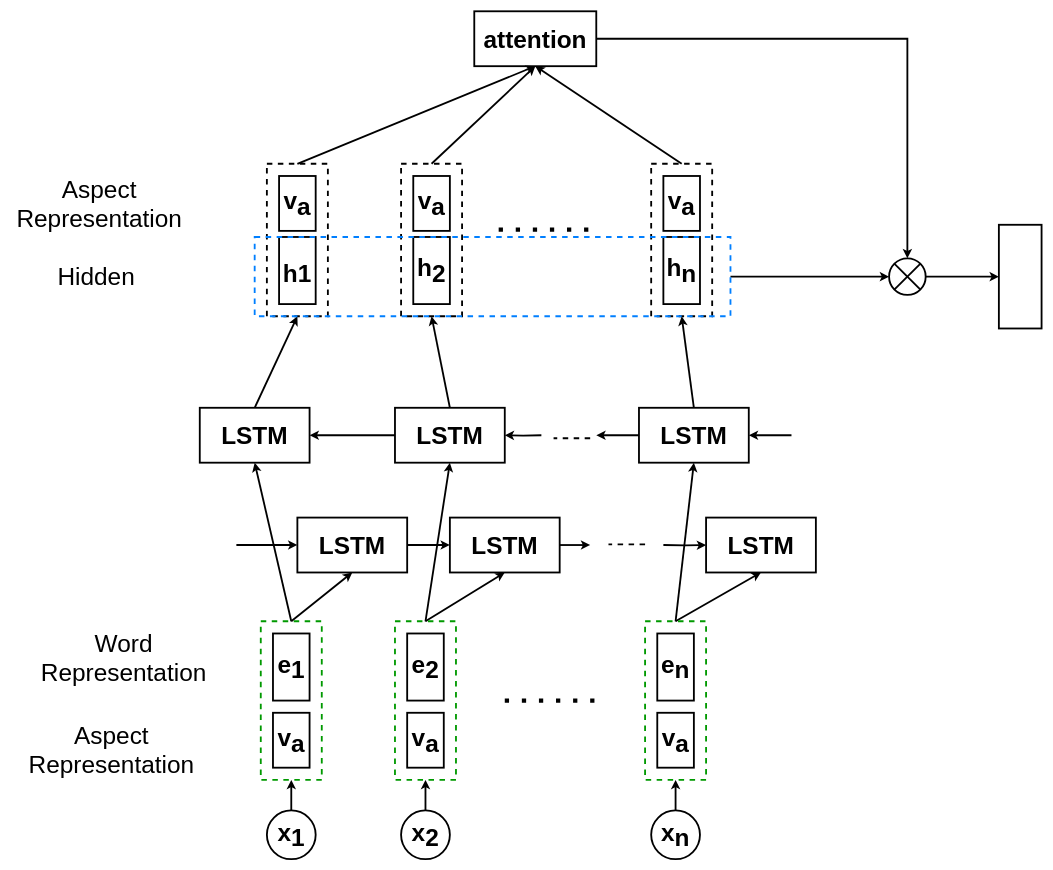
The draw.io diagram Untitled Diagram.drawio in LittleArden/PyTorch, before the edit. Source tidied: cells renumbered, new cells numbered last; positions are measured from the earlier drawing's top-left corner, leaving out a move shared by most shapes. Both pictures are drawn from the tidied source at 61%, with x=0, y=0 at pixel (10, 11).
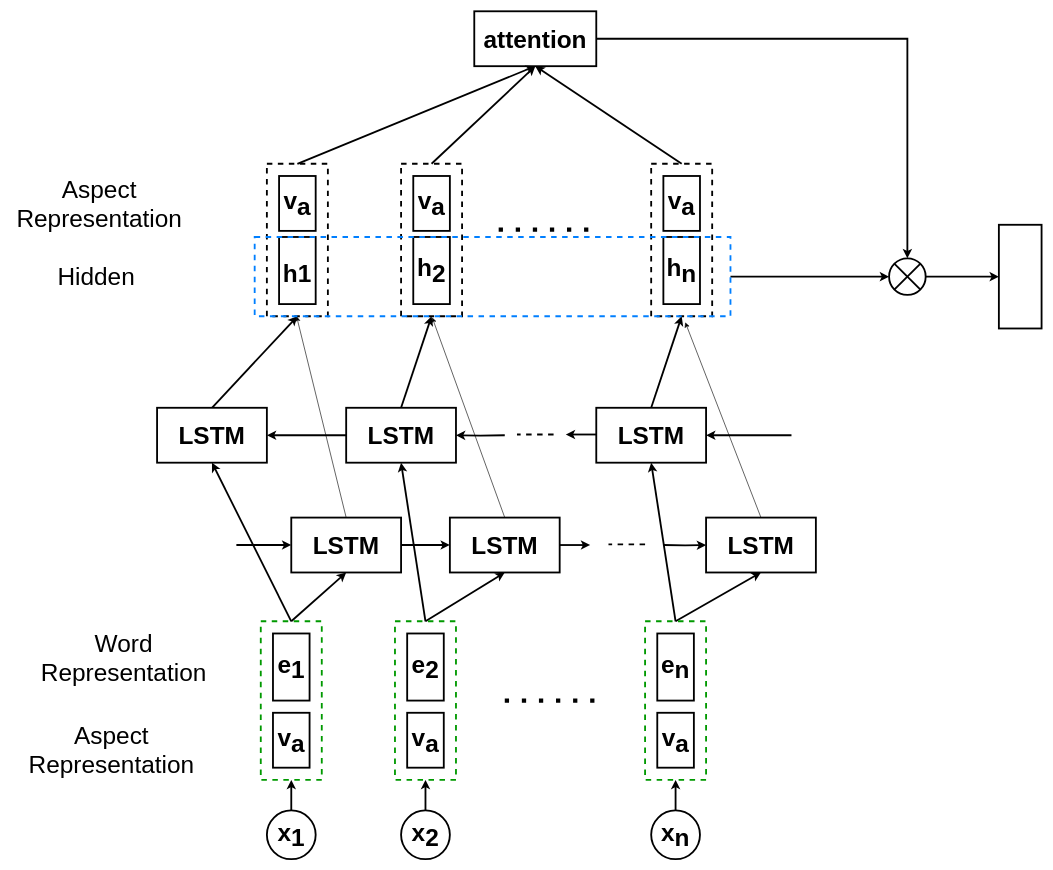
Above is the later version.

The change refers to these unchanged cells:
```xml
<mxCell id="17" value="LSTM" style="rounded=0;whiteSpace=wrap;html=1;fontSize=40;fontStyle=1;strokeWidth=3;" parent="1" vertex="1">
  <mxGeometry x="720" y="830" width="180" height="90" as="geometry" />
</mxCell>
<mxCell id="18" value="LSTM" style="rounded=0;whiteSpace=wrap;html=1;fontSize=40;fontStyle=1;strokeWidth=3;" parent="1" vertex="1">
  <mxGeometry x="1140" y="830" width="180" height="90" as="geometry" />
</mxCell>
<mxCell id="56" style="rounded=0;whiteSpace=wrap;html=1;dashed=1;fontSize=40;strokeWidth=3;fillColor=none;strokeColor=#007FFF;" parent="1" vertex="1">
  <mxGeometry x="400" y="370" width="780" height="130" as="geometry" />
</mxCell>
```

The edit, as a diff of the source:
```diff
@@
+    <mxCell id="67" style="rounded=0;jettySize=auto;html=1;exitX=0.5;exitY=0;exitDx=0;exitDy=0;entryX=0.088;entryY=0.999;entryDx=0;entryDy=0;entryPerimeter=0;" parent="1" edge="1" source="15" target="56">
+      <mxGeometry relative="1" as="geometry" />
+    </mxCell>
     <mxCell id="15" value="LSTM" style="rounded=0;whiteSpace=wrap;html=1;fontSize=40;fontStyle=1;strokeWidth=3;" parent="1" vertex="1">
-      <mxGeometry x="470" y="830" width="180" height="90" as="geometry" />
+      <mxGeometry x="460" y="830" width="180" height="90" as="geometry" />
     </mxCell>
@@
+    <mxCell id="68" style="rounded=0;jettySize=auto;html=1;exitX=0.5;exitY=0;exitDx=0;exitDy=0;entryX=0.373;entryY=1.014;entryDx=0;entryDy=0;entryPerimeter=0;" parent="1" edge="1" source="17" target="56">
+      <mxGeometry relative="1" as="geometry" />
+    </mxCell>
@@
+    <mxCell id="69" style="rounded=0;jettySize=auto;html=1;exitX=0.5;exitY=0;exitDx=0;exitDy=0;entryX=0.905;entryY=1.076;entryDx=0;entryDy=0;entryPerimeter=0;" parent="1" edge="1" source="18" target="56">
+      <mxGeometry relative="1" as="geometry" />
+    </mxCell>
@@
     <mxCell id="20" value="LSTM" style="rounded=0;whiteSpace=wrap;html=1;fontSize=40;fontStyle=1;strokeWidth=3;" parent="1" vertex="1">
-      <mxGeometry x="310" y="650" width="180" height="90" as="geometry" />
+      <mxGeometry x="240" y="650" width="180" height="90" as="geometry" />
     </mxCell>
@@
     <mxCell id="23" value="LSTM" style="rounded=0;whiteSpace=wrap;html=1;fontSize=40;fontStyle=1;strokeWidth=3;" parent="1" vertex="1">
-      <mxGeometry x="630" y="650" width="180" height="90" as="geometry" />
+      <mxGeometry x="550" y="650" width="180" height="90" as="geometry" />
     </mxCell>
     <mxCell id="24" style="edgeStyle=orthogonalEdgeStyle;rounded=0;jettySize=auto;html=1;entryX=1;entryY=0.5;entryDx=0;entryDy=0;fontSize=40;strokeWidth=3;" parent="1" edge="1" target="23">
       <mxGeometry relative="1" as="geometry">
-        <mxPoint x="870" y="695" as="sourcePoint" />
+        <mxPoint x="810" y="695" as="sourcePoint" />
       </mxGeometry>
     </mxCell>
@@
     <mxCell id="26" value="LSTM" style="rounded=0;whiteSpace=wrap;html=1;fontSize=40;fontStyle=1;strokeWidth=3;" parent="1" vertex="1">
-      <mxGeometry x="1030" y="650" width="180" height="90" as="geometry" />
+      <mxGeometry x="960" y="650" width="180" height="90" as="geometry" />
     </mxCell>
@@
-    <mxCell id="57" style="endArrow=classic;html=1;fontSize=40;exitX=0;exitY=0.5;exitDx=0;exitDy=0;strokeWidth=3;" parent="1" edge="1" source="26">
+    <mxCell id="57" style="endArrow=classic;html=1;fontSize=40;strokeWidth=3;" parent="1" edge="1">
       <mxGeometry relative="1" as="geometry">
-        <mxPoint x="960" y="695" as="targetPoint" />
+        <mxPoint x="960" y="693.8" as="sourcePoint" />
+        <mxPoint x="910" y="693.8" as="targetPoint" />
       </mxGeometry>
     </mxCell>
     <mxCell id="58" style="endArrow=none;dashed=1;html=1;fontSize=40;strokeWidth=3;" parent="1" edge="1">
       <mxGeometry relative="1" as="geometry">
-        <mxPoint x="950" y="700" as="sourcePoint" />
-        <mxPoint x="890" y="700" as="targetPoint" />
+        <mxPoint x="890" y="693.8" as="sourcePoint" />
+        <mxPoint x="830" y="693.8" as="targetPoint" />
       </mxGeometry>
     </mxCell>
```
